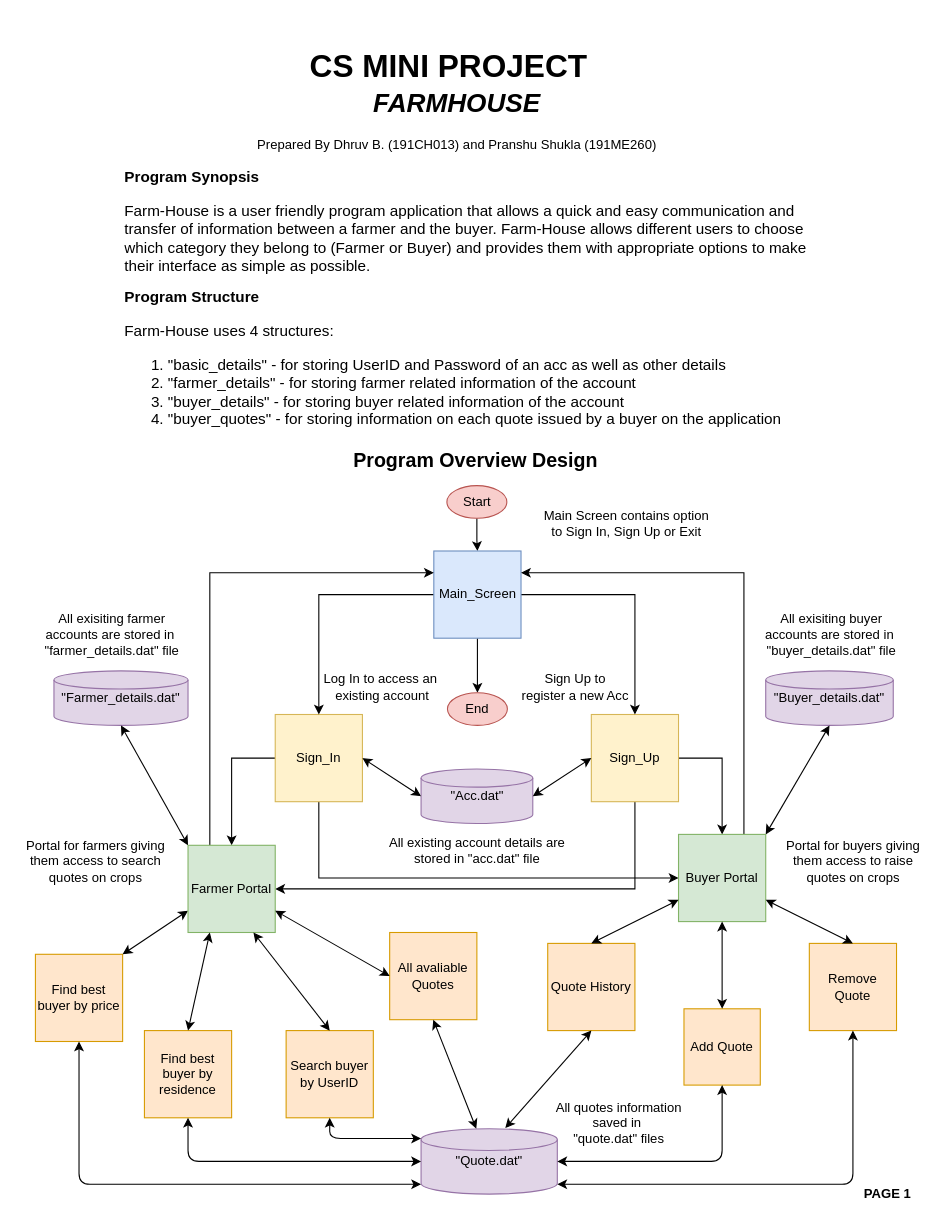
Above: page "Page-1" (1 of 14) of Flow Charts/Pdfs/Simplified.drawio in dhruvbanerjee77/FARMHOUSE-A-Marketing-Portal (draw.io), before the change. Source tidied: cells renumbered, new cells numbered last; positions are measured from the earlier drawing's top-left corner, leaving out a move shared by most shapes. Both pictures are drawn from the tidied source at 109%, with x=0, y=0 at pixel (19, 38).
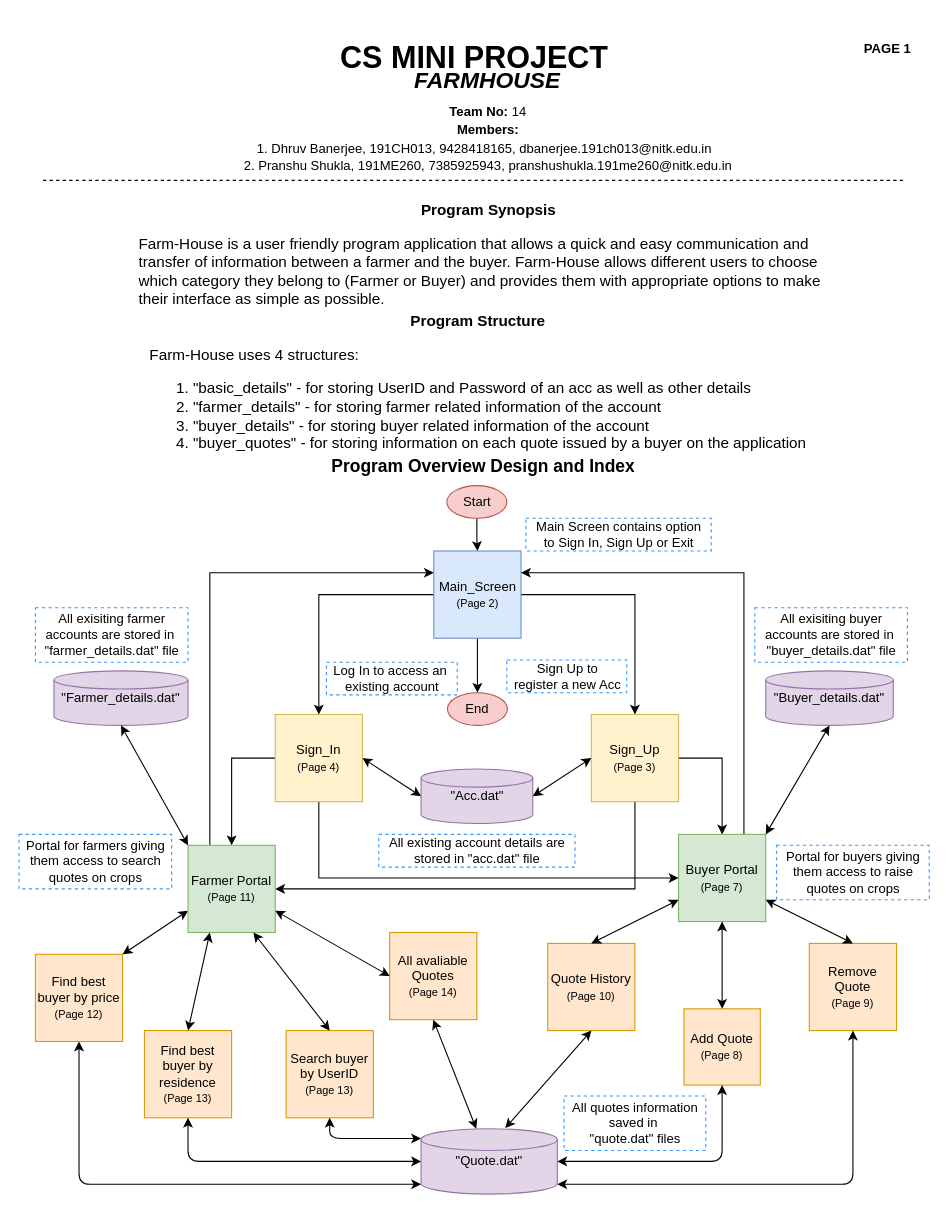
Above is the later version.

The edit, as a diff of the source:
```diff
@@
-    <mxCell id="2" value="&lt;h1 style=&quot;font-size: 29px;&quot;&gt;CS MINI PROJECT&lt;/h1&gt;&lt;div style=&quot;font-size: 29px;&quot;&gt;&lt;br style=&quot;font-size: 29px;&quot;&gt;&lt;/div&gt;" style="text;html=1;strokeColor=none;fillColor=none;spacing=5;spacingTop=-20;whiteSpace=wrap;overflow=hidden;rounded=0;fontSize=29;" parent="1" vertex="1">
-      <mxGeometry x="262" width="280" height="50" as="geometry" />
+    <mxCell id="2" value="&lt;h1 style=&quot;font-size: 28px&quot;&gt;&lt;font style=&quot;font-size: 28px&quot;&gt;CS MINI PROJECT&lt;/font&gt;&lt;/h1&gt;&lt;div style=&quot;font-size: 28px&quot;&gt;&lt;br&gt;&lt;/div&gt;" style="text;html=1;strokeColor=none;fillColor=none;spacing=5;spacingTop=-20;whiteSpace=wrap;overflow=hidden;rounded=0;fontSize=29;" parent="1" vertex="1">
+      <mxGeometry x="290" y="-8" width="280" height="50" as="geometry" />
     </mxCell>
-    <mxCell id="3" value="&lt;h1&gt;&lt;i&gt;FARMHOUSE&lt;/i&gt;&lt;/h1&gt;&lt;p&gt;Prepared By Dhruv B. (191CH013) and Pranshu Shukla (191ME260)&lt;/p&gt;" style="text;html=1;strokeColor=none;fillColor=none;spacing=5;spacingTop=-20;whiteSpace=wrap;overflow=hidden;rounded=0;align=center;" parent="1" vertex="1">
-      <mxGeometry x="92" y="40" width="620" height="120" as="geometry" />
+    <mxCell id="3" value="&lt;h1 style=&quot;font-size: 21px&quot;&gt;&lt;i&gt;&lt;font style=&quot;font-size: 21px&quot;&gt;FARMHOUSE&lt;/font&gt;&lt;/i&gt;&lt;/h1&gt;&lt;div style=&quot;font-size: 21px&quot;&gt;&lt;br&gt;&lt;/div&gt;" style="text;html=1;strokeColor=none;fillColor=none;spacing=5;spacingTop=-20;whiteSpace=wrap;overflow=hidden;rounded=0;align=center;" parent="1" vertex="1">
+      <mxGeometry x="120" y="22" width="620" height="120" as="geometry" />
     </mxCell>
-    <mxCell id="4" value="&lt;h1 style=&quot;font-size: 14px&quot;&gt;Program Synopsis&lt;/h1&gt;&lt;p style=&quot;font-size: 14px&quot;&gt;Farm-House is a user friendly program application that allows a quick and easy communication and transfer of information between a farmer and the buyer. Farm-House allows different users to choose which category they belong to (Farmer or Buyer) and provides them with appropriate options to make their interface as simple as possible.&amp;nbsp;&lt;/p&gt;" style="text;html=1;strokeColor=none;fillColor=none;spacing=5;spacingTop=-20;whiteSpace=wrap;overflow=hidden;rounded=0;fontSize=14;align=left;" parent="1" vertex="1">
-      <mxGeometry x="92" y="120" width="650" height="120" as="geometry" />
+    <mxCell id="4" value="&lt;h1 style=&quot;text-align: center ; font-size: 14px&quot;&gt;Program Synopsis&lt;/h1&gt;&lt;p style=&quot;font-size: 14px&quot;&gt;Farm-House is a user friendly program application that allows a quick and easy communication and transfer of information between a farmer and the buyer. Farm-House allows different users to choose which category they belong to (Farmer or Buyer) and provides them with appropriate options to make their interface as simple as possible.&amp;nbsp;&lt;/p&gt;" style="text;html=1;strokeColor=none;fillColor=none;spacing=5;spacingTop=-20;whiteSpace=wrap;overflow=hidden;rounded=0;fontSize=14;align=left;" parent="1" vertex="1">
+      <mxGeometry x="105" y="150" width="650" height="120" as="geometry" />
     </mxCell>
-    <mxCell id="5" value="&lt;h1 style=&quot;font-size: 14px&quot;&gt;Program Structure&lt;/h1&gt;&lt;p style=&quot;font-size: 14px&quot;&gt;Farm-House uses 4 structures:&amp;nbsp;&lt;/p&gt;&lt;p style=&quot;font-size: 14px&quot;&gt;&lt;/p&gt;&lt;ol&gt;&lt;li&gt;&quot;basic_details&quot; - for storing UserID and Password of an acc as well as other details&amp;nbsp;&lt;/li&gt;&lt;li&gt;&quot;farmer_details&quot; - for storing farmer related information of the account&lt;/li&gt;&lt;li&gt;&quot;buyer_details&quot; - for storing buyer related information of the account&lt;/li&gt;&lt;li&gt;&quot;buyer_quotes&quot; - for storing information on each quote issued by a buyer on the application&lt;/li&gt;&lt;/ol&gt;&lt;div&gt;&lt;br&gt;&lt;/div&gt;&lt;p&gt;&lt;/p&gt;" style="text;html=1;strokeColor=none;fillColor=none;spacing=5;spacingTop=-20;whiteSpace=wrap;overflow=hidden;rounded=0;fontSize=14;align=left;" parent="1" vertex="1">
-      <mxGeometry x="92" y="230" width="650" height="270" as="geometry" />
+    <mxCell id="5" value="&lt;h1 style=&quot;text-align: center ; font-size: 14px&quot;&gt;Program Structure&lt;/h1&gt;&lt;p style=&quot;font-size: 14px&quot;&gt;Farm-House uses 4 structures:&amp;nbsp;&lt;/p&gt;&lt;p style=&quot;font-size: 14px&quot;&gt;&lt;/p&gt;&lt;ol&gt;&lt;li&gt;&quot;basic_details&quot; - for storing UserID and Password of an acc as well as other details&amp;nbsp;&lt;/li&gt;&lt;li&gt;&quot;farmer_details&quot; - for storing farmer related information of the account&lt;/li&gt;&lt;li&gt;&quot;buyer_details&quot; - for storing buyer related information of the account&lt;/li&gt;&lt;li&gt;&quot;buyer_quotes&quot; - for storing information on each quote issued by a buyer on the application&lt;/li&gt;&lt;/ol&gt;&lt;div&gt;&lt;br&gt;&lt;/div&gt;&lt;p&gt;&lt;/p&gt;" style="text;html=1;strokeColor=none;fillColor=none;spacing=5;spacingTop=-20;whiteSpace=wrap;overflow=hidden;rounded=0;fontSize=14;align=left;" parent="1" vertex="1">
+      <mxGeometry x="115" y="252" width="650" height="270" as="geometry" />
     </mxCell>
@@
-    <mxCell id="10" value="Sign_Up" style="whiteSpace=wrap;html=1;fillColor=#fff2cc;strokeColor=#d6b656;" parent="1" vertex="1">
+    <mxCell id="10" value="Sign_Up&lt;br&gt;&lt;font style=&quot;font-size: 10px&quot;&gt;(Page 3)&lt;/font&gt;" style="whiteSpace=wrap;html=1;fillColor=#fff2cc;strokeColor=#d6b656;" parent="1" vertex="1">
       <mxGeometry x="525" y="620" width="80" height="80" as="geometry" />
     </mxCell>
@@
-    <mxCell id="13" value="Sign_In" style="whiteSpace=wrap;html=1;fillColor=#fff2cc;strokeColor=#d6b656;" parent="1" vertex="1">
+    <mxCell id="13" value="Sign_In&lt;br&gt;&lt;font style=&quot;font-size: 10px&quot;&gt;(Page 4)&lt;/font&gt;" style="whiteSpace=wrap;html=1;fillColor=#fff2cc;strokeColor=#d6b656;" parent="1" vertex="1">
       <mxGeometry x="235" y="620" width="80" height="80" as="geometry" />
     </mxCell>
@@
-    <mxCell id="17" value="Main_Screen" style="whiteSpace=wrap;html=1;fillColor=#dae8fc;strokeColor=#6c8ebf;" parent="1" vertex="1">
+    <mxCell id="17" value="Main_Screen&lt;br&gt;&lt;font style=&quot;font-size: 10px&quot;&gt;(Page 2)&lt;/font&gt;" style="whiteSpace=wrap;html=1;fillColor=#dae8fc;strokeColor=#6c8ebf;" parent="1" vertex="1">
       <mxGeometry x="380.5" y="470" width="80" height="80" as="geometry" />
     </mxCell>
@@
-    <mxCell id="19" value="Find best buyer by price" style="whiteSpace=wrap;html=1;strokeWidth=1;fillColor=#ffe6cc;strokeColor=#d79b00;" parent="1" vertex="1">
+    <mxCell id="19" value="Find best buyer by price&lt;br&gt;&lt;font style=&quot;font-size: 10px&quot;&gt;(Page 12)&lt;/font&gt;" style="whiteSpace=wrap;html=1;strokeWidth=1;fillColor=#ffe6cc;strokeColor=#d79b00;" parent="1" vertex="1">
       <mxGeometry x="15" y="840" width="80" height="80" as="geometry" />
     </mxCell>
-    <mxCell id="20" value="Find best buyer by residence" style="whiteSpace=wrap;html=1;strokeWidth=1;fillColor=#ffe6cc;strokeColor=#d79b00;" parent="1" vertex="1">
+    <mxCell id="20" value="Find best buyer by residence&lt;br&gt;&lt;font style=&quot;font-size: 10px&quot;&gt;(Page 13)&lt;/font&gt;" style="whiteSpace=wrap;html=1;strokeWidth=1;fillColor=#ffe6cc;strokeColor=#d79b00;" parent="1" vertex="1">
       <mxGeometry x="115" y="910" width="80" height="80" as="geometry" />
     </mxCell>
-    <mxCell id="21" value="Search buyer by UserID" style="whiteSpace=wrap;html=1;strokeWidth=1;fillColor=#ffe6cc;strokeColor=#d79b00;" parent="1" vertex="1">
+    <mxCell id="21" value="Search buyer by UserID&lt;br&gt;&lt;font style=&quot;font-size: 10px&quot;&gt;(Page 13)&lt;/font&gt;" style="whiteSpace=wrap;html=1;strokeWidth=1;fillColor=#ffe6cc;strokeColor=#d79b00;" parent="1" vertex="1">
       <mxGeometry x="245" y="910" width="80" height="80" as="geometry" />
     </mxCell>
-    <mxCell id="22" value="All avaliable Quotes" style="whiteSpace=wrap;html=1;strokeWidth=1;fillColor=#ffe6cc;strokeColor=#d79b00;" parent="1" vertex="1">
+    <mxCell id="22" value="All avaliable Quotes&lt;br&gt;&lt;font style=&quot;font-size: 10px&quot;&gt;(Page 14)&lt;/font&gt;" style="whiteSpace=wrap;html=1;strokeWidth=1;fillColor=#ffe6cc;strokeColor=#d79b00;" parent="1" vertex="1">
       <mxGeometry x="340" y="820" width="80" height="80" as="geometry" />
     </mxCell>
-    <mxCell id="23" value="Quote History" style="whiteSpace=wrap;html=1;strokeWidth=1;fillColor=#ffe6cc;strokeColor=#d79b00;" parent="1" vertex="1">
+    <mxCell id="23" value="Quote History&lt;br&gt;&lt;font style=&quot;font-size: 10px&quot;&gt;(Page 10)&lt;/font&gt;" style="whiteSpace=wrap;html=1;strokeWidth=1;fillColor=#ffe6cc;strokeColor=#d79b00;" parent="1" vertex="1">
       <mxGeometry x="485" y="830" width="80" height="80" as="geometry" />
     </mxCell>
@@
-    <mxCell id="32" value="Farmer Portal" style="whiteSpace=wrap;html=1;strokeWidth=1;fillColor=#d5e8d4;strokeColor=#82b366;" parent="1" vertex="1">
+    <mxCell id="32" value="Farmer Portal&lt;br&gt;&lt;font style=&quot;font-size: 10px&quot;&gt;(Page 11)&lt;/font&gt;" style="whiteSpace=wrap;html=1;strokeWidth=1;fillColor=#d5e8d4;strokeColor=#82b366;" parent="1" vertex="1">
       <mxGeometry x="155" y="740" width="80" height="80" as="geometry" />
     </mxCell>
@@
-    <mxCell id="37" value="Buyer Portal" style="whiteSpace=wrap;html=1;strokeWidth=1;fillColor=#d5e8d4;strokeColor=#82b366;" parent="1" vertex="1">
+    <mxCell id="37" value="Buyer Portal&lt;br&gt;&lt;font style=&quot;font-size: 10px&quot;&gt;(Page 7)&lt;/font&gt;" style="whiteSpace=wrap;html=1;strokeWidth=1;fillColor=#d5e8d4;strokeColor=#82b366;" parent="1" vertex="1">
       <mxGeometry x="605" y="730" width="80" height="80" as="geometry" />
     </mxCell>
-    <mxCell id="38" value="Add Quote" style="whiteSpace=wrap;html=1;strokeWidth=1;fillColor=#ffe6cc;strokeColor=#d79b00;" parent="1" vertex="1">
+    <mxCell id="38" value="Add Quote&lt;br&gt;&lt;font style=&quot;font-size: 10px&quot;&gt;(Page 8)&lt;/font&gt;" style="whiteSpace=wrap;html=1;strokeWidth=1;fillColor=#ffe6cc;strokeColor=#d79b00;" parent="1" vertex="1">
       <mxGeometry x="610" y="890" width="70" height="70" as="geometry" />
     </mxCell>
-    <mxCell id="39" value="Remove Quote" style="whiteSpace=wrap;html=1;strokeWidth=1;fillColor=#ffe6cc;strokeColor=#d79b00;" parent="1" vertex="1">
+    <mxCell id="39" value="Remove Quote&lt;br&gt;&lt;font style=&quot;font-size: 10px&quot;&gt;(Page 9)&lt;/font&gt;" style="whiteSpace=wrap;html=1;strokeWidth=1;fillColor=#ffe6cc;strokeColor=#d79b00;" parent="1" vertex="1">
       <mxGeometry x="725" y="830" width="80" height="80" as="geometry" />
     </mxCell>
@@
-    <mxCell id="51" value="Main Screen contains option &lt;br&gt;to Sign In, Sign Up or Exit" style="text;html=1;align=center;verticalAlign=middle;" parent="1" vertex="1">
-      <mxGeometry x="471.8" y="430" width="170" height="30" as="geometry" />
+    <mxCell id="51" value="Main Screen contains option &lt;br&gt;to Sign In, Sign Up or Exit" style="text;html=1;align=center;verticalAlign=middle;dashed=1;strokeColor=#3399FF;" parent="1" vertex="1">
+      <mxGeometry x="465" y="440" width="170" height="30" as="geometry" />
     </mxCell>
-    <mxCell id="52" value="Sign Up to &lt;br&gt;register a new Acc" style="text;html=1;align=center;verticalAlign=middle;" parent="1" vertex="1">
-      <mxGeometry x="455" y="580" width="110" height="30" as="geometry" />
+    <mxCell id="52" value="Sign Up to &lt;br&gt;register a new Acc" style="text;html=1;align=center;verticalAlign=middle;strokeColor=#3399FF;dashed=1;" parent="1" vertex="1">
+      <mxGeometry x="447.5" y="570" width="110" height="30" as="geometry" />
     </mxCell>
-    <mxCell id="53" value="Log In to access an&amp;nbsp;&lt;br&gt;existing account" style="text;html=1;align=center;verticalAlign=middle;" parent="1" vertex="1">
-      <mxGeometry x="273" y="580" width="120" height="30" as="geometry" />
+    <mxCell id="53" value="Log In to access an&amp;nbsp;&lt;br&gt;existing account" style="text;html=1;align=center;verticalAlign=middle;strokeColor=#3399FF;dashed=1;" parent="1" vertex="1">
+      <mxGeometry x="282" y="572" width="120" height="30" as="geometry" />
     </mxCell>
-    <mxCell id="54" value="All existing account details are &lt;br&gt;stored in &quot;acc.dat&quot; file" style="text;html=1;align=center;verticalAlign=middle;" parent="1" vertex="1">
+    <mxCell id="54" value="All existing account details are &lt;br&gt;stored in &quot;acc.dat&quot; file" style="text;html=1;align=center;verticalAlign=middle;strokeColor=#3399FF;dashed=1;" parent="1" vertex="1">
       <mxGeometry x="330" y="730" width="180" height="30" as="geometry" />
     </mxCell>
-    <mxCell id="55" value="All exisiting farmer&lt;br&gt;accounts are stored in&amp;nbsp;&lt;br&gt;&quot;farmer_details.dat&quot; file" style="text;html=1;align=center;verticalAlign=middle;" parent="1" vertex="1">
+    <mxCell id="55" value="All exisiting farmer&lt;br&gt;accounts are stored in&amp;nbsp;&lt;br&gt;&quot;farmer_details.dat&quot; file" style="text;html=1;align=center;verticalAlign=middle;strokeColor=#3399FF;dashed=1;" parent="1" vertex="1">
       <mxGeometry x="15" y="522" width="140" height="50" as="geometry" />
     </mxCell>
-    <mxCell id="56" value="All exisiting buyer&lt;br&gt;accounts are stored in&amp;nbsp;&lt;br&gt;&quot;buyer_details.dat&quot; file" style="text;html=1;align=center;verticalAlign=middle;" parent="1" vertex="1">
+    <mxCell id="56" value="All exisiting buyer&lt;br&gt;accounts are stored in&amp;nbsp;&lt;br&gt;&quot;buyer_details.dat&quot; file" style="text;html=1;align=center;verticalAlign=middle;strokeColor=#3399FF;dashed=1;" parent="1" vertex="1">
       <mxGeometry x="675" y="522" width="140" height="50" as="geometry" />
     </mxCell>
-    <mxCell id="57" value="Portal for buyers giving &lt;br&gt;them access to raise&lt;br&gt;quotes on crops" style="text;html=1;align=center;verticalAlign=middle;" parent="1" vertex="1">
-      <mxGeometry x="695" y="730" width="140" height="50" as="geometry" />
+    <mxCell id="57" value="Portal for buyers giving &lt;br&gt;them access to raise&lt;br&gt;quotes on crops" style="text;html=1;align=center;verticalAlign=middle;strokeColor=#3399FF;dashed=1;" parent="1" vertex="1">
+      <mxGeometry x="695" y="740" width="140" height="50" as="geometry" />
     </mxCell>
-    <mxCell id="58" value="Portal for farmers giving &lt;br&gt;them access to search&lt;br&gt;quotes on crops" style="text;html=1;align=center;verticalAlign=middle;" parent="1" vertex="1">
+    <mxCell id="58" value="Portal for farmers giving &lt;br&gt;them access to search&lt;br&gt;quotes on crops" style="text;html=1;align=center;verticalAlign=middle;strokeColor=#3399FF;dashed=1;" parent="1" vertex="1">
       <mxGeometry y="730" width="140" height="50" as="geometry" />
     </mxCell>
-    <mxCell id="59" value="All quotes information&lt;br&gt;saved in&amp;nbsp;&lt;br&gt;&quot;quote.dat&quot; files" style="text;html=1;align=center;verticalAlign=middle;" parent="1" vertex="1">
-      <mxGeometry x="485" y="970" width="130" height="50" as="geometry" />
+    <mxCell id="59" value="All quotes information&lt;br&gt;saved in&amp;nbsp;&lt;br&gt;&quot;quote.dat&quot; files" style="text;html=1;align=center;verticalAlign=middle;strokeColor=#3399FF;dashed=1;" parent="1" vertex="1">
+      <mxGeometry x="500" y="970" width="130" height="50" as="geometry" />
     </mxCell>
@@
-    <mxCell id="61" value="&lt;h1 style=&quot;font-size: 18px;&quot;&gt;Program Overview Design&lt;br style=&quot;font-size: 18px;&quot;&gt;&lt;/h1&gt;" style="text;html=1;strokeColor=none;fillColor=none;spacing=5;spacingTop=-20;whiteSpace=wrap;overflow=hidden;rounded=0;fontSize=18;" parent="1" vertex="1">
-      <mxGeometry x="302" y="375" width="360" height="120" as="geometry" />
+    <mxCell id="61" value="&lt;h1&gt;&lt;font style=&quot;font-size: 16px&quot;&gt;Program Overview Design and Index&lt;/font&gt;&lt;br style=&quot;font-size: 18px&quot;&gt;&lt;/h1&gt;" style="text;html=1;strokeColor=none;fillColor=none;spacing=5;spacingTop=-20;whiteSpace=wrap;overflow=hidden;rounded=0;fontSize=18;" parent="1" vertex="1">
+      <mxGeometry x="282" y="350" width="360" height="120" as="geometry" />
     </mxCell>
     <mxCell id="62" value="&lt;b&gt;PAGE 1&lt;/b&gt;" style="text;html=1;strokeColor=none;fillColor=none;align=center;verticalAlign=middle;whiteSpace=wrap;rounded=0;" parent="1" vertex="1">
-      <mxGeometry x="772" y="1050" width="50" height="20" as="geometry" />
+      <mxGeometry x="772" width="50" height="20" as="geometry" />
     </mxCell>
+    <mxCell id="63" value="&lt;div style=&quot;font-family: &amp;#34;helvetica&amp;#34; ; font-size: 12px ; letter-spacing: normal ; text-align: center ; text-indent: 0px ; text-transform: none ; word-spacing: 0px ; background-color: rgb(248 , 249 , 250) ; font-style: normal&quot;&gt;&lt;br&gt;&lt;/div&gt;" style="text;whiteSpace=wrap;html=1;" parent="1" vertex="1">
+      <mxGeometry x="386.2" y="70" width="90" height="40" as="geometry" />
+    </mxCell>
+    <mxCell id="64" value="&lt;p style=&quot;line-height: 140%&quot;&gt;&lt;b&gt;Team No:&lt;/b&gt; 14&lt;br&gt;&lt;b&gt;Members:&lt;/b&gt;&lt;br&gt;1. Dhruv Banerjee, 191CH013, 9428418165, dbanerjee.191ch013@nitk.edu.in&lt;b&gt;&amp;nbsp;&lt;/b&gt;&amp;nbsp;&lt;br&gt;2.&amp;nbsp;Pranshu Shukla, 191ME260, 7385925943, pranshushukla.191me260@nitk.edu.in&lt;/p&gt;" style="text;html=1;align=center;verticalAlign=middle;" parent="1" vertex="1">
+      <mxGeometry x="200" y="42" width="460" height="100" as="geometry" />
+    </mxCell>
+    <mxCell id="65" style="endArrow=none;dashed=1;html=1;" parent="1" edge="1">
+      <mxGeometry relative="1" as="geometry">
+        <mxPoint x="22" y="130" as="sourcePoint" />
+        <mxPoint x="812" y="130" as="targetPoint" />
+      </mxGeometry>
+    </mxCell>
```
